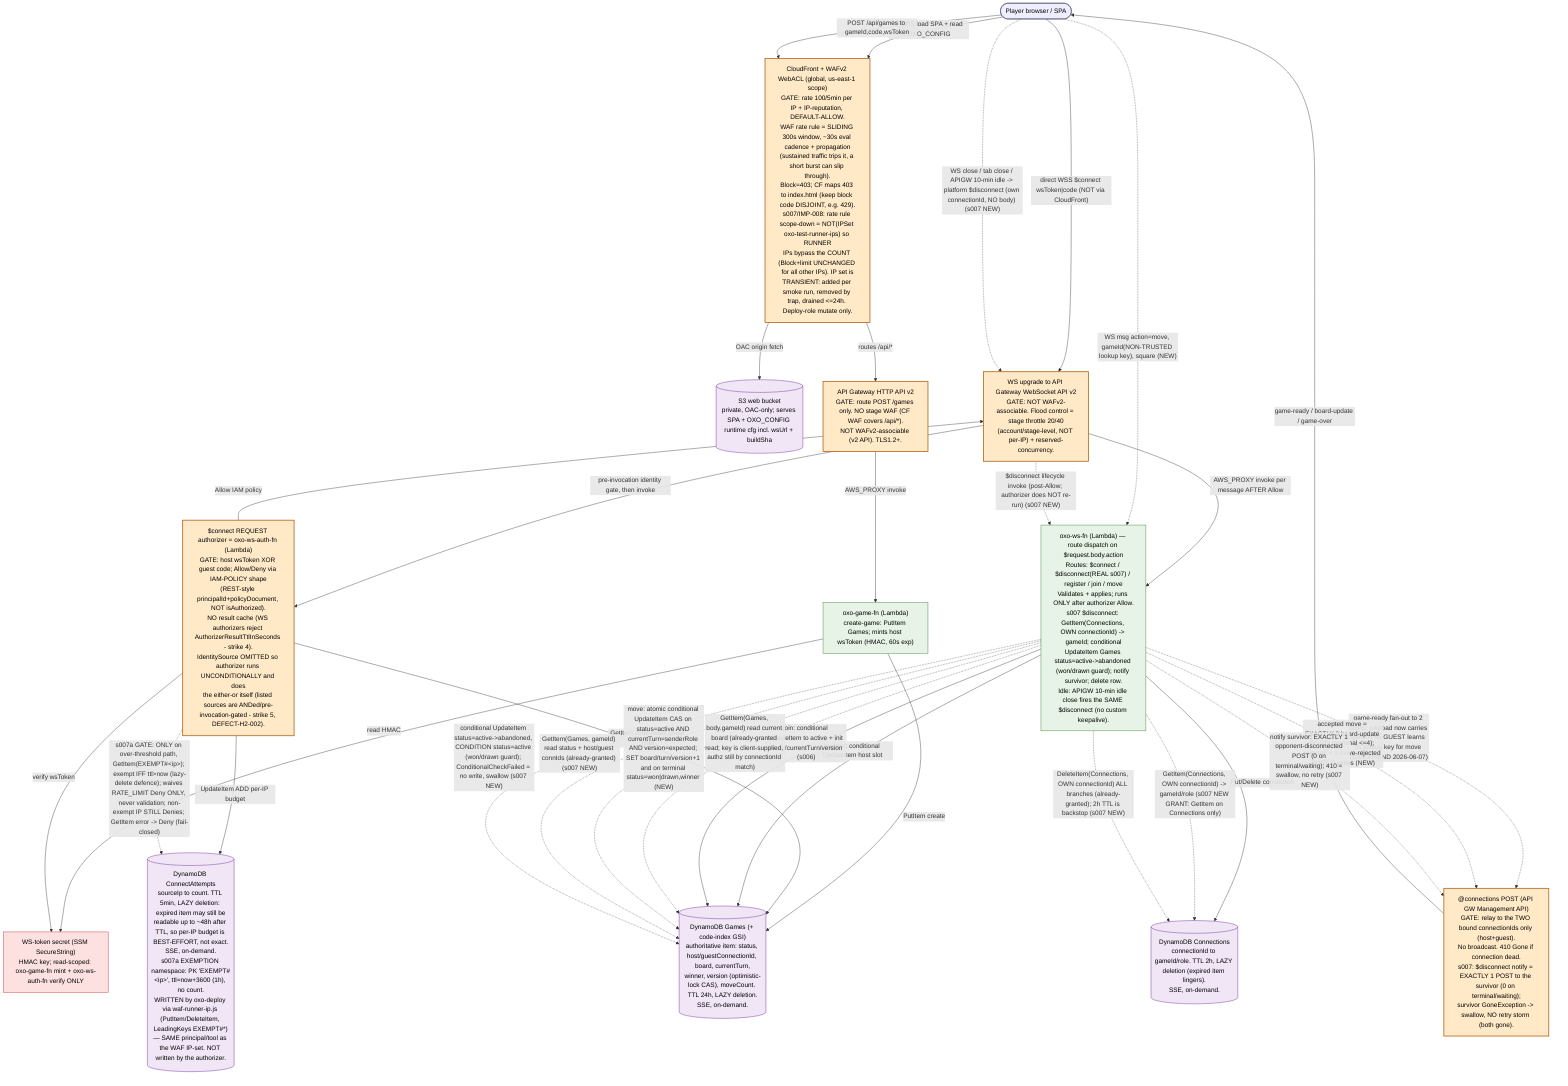
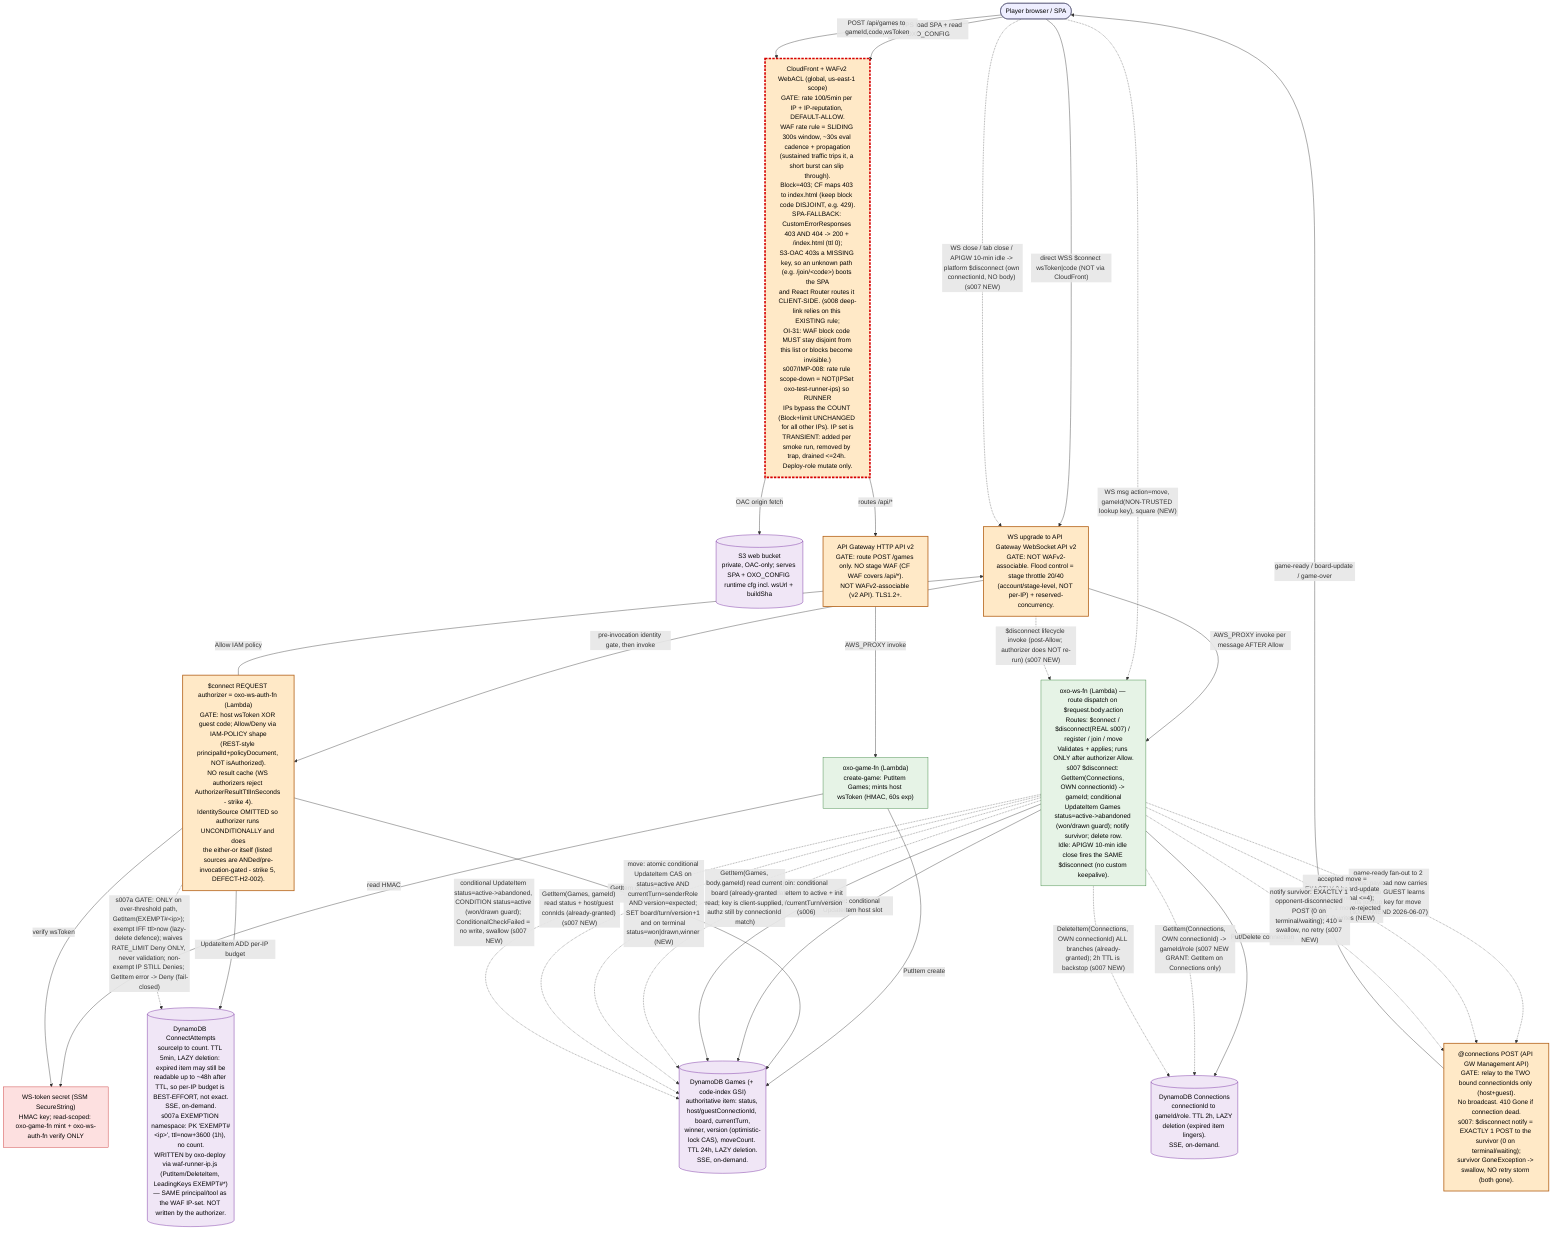
- %% oxo-online runtime data-flow — s007 edition (process §12a)
+ %% oxo-online runtime data-flow — s008 edition (process §12a)
%% Platform GATES are explicit nodes. Non-obvious platform semantics are named ON the node.
- %% This file is the TESTER's planning input. classDef changed marks THIS slice's (s007) delta.
+ %% This file is the TESTER's planning input. classDef changed marks THIS slice's (s008) delta.
%% Granularity: module / gate level (coarse). Built scope only (deferred items are NOT drawn).
%% s007 marks: the $disconnect path becomes REAL (abandon+notify+clean up) and the
%% CloudFront WAF gate gains the oxo-test-runner-ips IP-set scope-down annotation (IMP-008).
+ %% s008 (CLIENT-ONLY / arch-lite): NO new platform-gate node, NO new data flow. The only
+ %% delta is that the EXISTING CloudFront SPA-fallback gate (403/404 -> 200 + /index.html)
+ %% now ALSO serves deep-link path /join/<code> so React Router resolves it client-side.
+ %% Marked `changed` only to make the tester plan the deep-link-boots-SPA prod smoke (T1).
+ %% The deep-link join itself reuses the EXISTING WS $connect?code + join path UNCHANGED.

flowchart TD

  %% ---- Edge / SPA path (HTTPS) ----
  player(["Player browser / SPA"]):::actor
-   cfwaf["CloudFront + WAFv2 WebACL (global, us-east-1 scope)<br/>GATE: rate 100/5min per IP + IP-reputation, DEFAULT-ALLOW.<br/>WAF rate rule = SLIDING 300s window, ~30s eval cadence + propagation<br/>(sustained traffic trips it, a short burst can slip through).<br/>Block=403; CF maps 403 to index.html (keep block code DISJOINT, e.g. 429).<br/>s007/IMP-008: rate rule scope-down = NOT(IPSet oxo-test-runner-ips) so RUNNER<br/>IPs bypass the COUNT (Block+limit UNCHANGED for all other IPs). IP set is<br/>TRANSIENT: added per smoke run, removed by trap, drained <=24h. Deploy-role mutate only."]:::gate
+   cfwaf["CloudFront + WAFv2 WebACL (global, us-east-1 scope)<br/>GATE: rate 100/5min per IP + IP-reputation, DEFAULT-ALLOW.<br/>WAF rate rule = SLIDING 300s window, ~30s eval cadence + propagation<br/>(sustained traffic trips it, a short burst can slip through).<br/>Block=403; CF maps 403 to index.html (keep block code DISJOINT, e.g. 429).<br/>SPA-FALLBACK: CustomErrorResponses 403 AND 404 -> 200 + /index.html (ttl 0);<br/>S3-OAC 403s a MISSING key, so an unknown path (e.g. /join/&lt;code&gt;) boots the SPA<br/>and React Router routes it CLIENT-SIDE. (s008 deep-link relies on this EXISTING rule;<br/>OI-31: WAF block code MUST stay disjoint from this list or blocks become invisible.)<br/>s007/IMP-008: rate rule scope-down = NOT(IPSet oxo-test-runner-ips) so RUNNER<br/>IPs bypass the COUNT (Block+limit UNCHANGED for all other IPs). IP set is<br/>TRANSIENT: added per smoke run, removed by trap, drained <=24h. Deploy-role mutate only."]:::gate
  s3[("S3 web bucket<br/>private, OAC-only; serves SPA + OXO_CONFIG runtime cfg incl. wsUrl + buildSha")]:::store
  httpapi["API Gateway HTTP API v2<br/>GATE: route POST /games only. NO stage WAF (CF WAF covers /api/*).<br/>NOT WAFv2-associable (v2 API). TLS1.2+."]:::gate
  gamefn["oxo-game-fn (Lambda)<br/>create-game: PutItem Games; mints host wsToken (HMAC, 60s exp)"]:::compute
  secret["WS-token secret (SSM SecureString)<br/>HMAC key; read-scoped: oxo-game-fn mint + oxo-ws-auth-fn verify ONLY"]:::secret

  %% ---- WebSocket path (WSS, NOT via CloudFront) ----
  wsupgrade["WS upgrade to API Gateway WebSocket API v2<br/>GATE: NOT WAFv2-associable. Flood control = stage throttle 20/40<br/>(account/stage-level, NOT per-IP) + reserved-concurrency."]:::gate
  wsauth["$connect REQUEST authorizer = oxo-ws-auth-fn (Lambda)<br/>GATE: host wsToken XOR guest code; Allow/Deny via IAM-POLICY shape<br/>(REST-style principalId+policyDocument, NOT isAuthorized).<br/>NO result cache (WS authorizers reject AuthorizerResultTtlInSeconds - strike 4).<br/>IdentitySource OMITTED so authorizer runs UNCONDITIONALLY and does<br/>the either-or itself (listed sources are ANDed/pre-invocation-gated - strike 5, DEFECT-H2-002)."]:::gate
  attempts[("DynamoDB ConnectAttempts<br/>sourceIp to count. TTL 5min, LAZY deletion: expired item may still be<br/>readable up to ~48h after TTL, so per-IP budget is BEST-EFFORT, not exact.<br/>SSE, on-demand.<br/>s007a EXEMPTION namespace: PK 'EXEMPT#&lt;ip&gt;', ttl=now+3600 (1h), no count.<br/>WRITTEN by oxo-deploy via waf-runner-ip.js (PutItem/DeleteItem, LeadingKeys EXEMPT#*)<br/>— SAME principal/tool as the WAF IP-set. NOT written by the authorizer.")]:::store
  wsfn["oxo-ws-fn (Lambda) — route dispatch on $request.body.action<br/>Routes: $connect / $disconnect(REAL s007) / register / join / move<br/>Validates + applies; runs ONLY after authorizer Allow.<br/>s007 $disconnect: GetItem(Connections, OWN connectionId) -> gameId; conditional<br/>UpdateItem Games status=active->abandoned (won/drawn guard); notify survivor; delete row.<br/>Idle: APIGW 10-min idle close fires the SAME $disconnect (no custom keepalive)."]:::compute
  conn[("DynamoDB Connections<br/>connectionId to gameId/role. TTL 2h, LAZY deletion (expired item lingers).<br/>SSE, on-demand.")]:::store
  games[("DynamoDB Games (+ code-index GSI)<br/>authoritative item: status, host/guestConnectionId, board, currentTurn,<br/>winner, version (optimistic-lock CAS), moveCount. TTL 24h, LAZY deletion.<br/>SSE, on-demand.")]:::store
  relay["@connections POST (API GW Management API)<br/>GATE: relay to the TWO bound connectionIds only (host+guest).<br/>No broadcast. 410 Gone if connection dead.<br/>s007: $disconnect notify = EXACTLY 1 POST to the survivor (0 on terminal/waiting);<br/>survivor GoneException -> swallow, NO retry storm (both gone)."]:::gate

  %% ---- Existing edges (built s001..s005-h2) ----
  player -->|"HTTPS load SPA + read OXO_CONFIG"| cfwaf
  cfwaf -->|"OAC origin fetch"| s3
  cfwaf -->|"routes /api/*"| httpapi
  player -->|"POST /api/games to gameId,code,wsToken"| cfwaf
  httpapi -->|"AWS_PROXY invoke"| gamefn
  gamefn -->|"PutItem create"| games
  gamefn -->|"read HMAC"| secret

  player -->|"direct WSS $connect wsToken|code (NOT via CloudFront)"| wsupgrade
  wsupgrade -->|"pre-invocation identity gate, then invoke"| wsauth
  wsauth -->|"verify wsToken"| secret
  wsauth -->|"GetItem code-index guest path"| games
  wsauth -->|"UpdateItem ADD per-IP budget"| attempts
  wsauth -.->|"s007a GATE: ONLY on over-threshold path, GetItem(EXEMPT#&lt;ip&gt;); exempt IFF ttl&gt;now (lazy-delete defence); waives RATE_LIMIT Deny ONLY, never validation; non-exempt IP STILL Denies; GetItem error -> Deny (fail-closed)"| attempts
  wsauth -->|"Allow IAM policy"| wsupgrade
  wsupgrade -->|"AWS_PROXY invoke per message AFTER Allow"| wsfn
  wsfn -->|"register: conditional UpdateItem host slot"| games
  wsfn -->|"join: conditional UpdateItem to active + init board/currentTurn/version (s006)"| games
  wsfn -->|"Put/Delete connection"| conn
  wsfn -.->|"game-ready fan-out to 2 conns; payload now carries gameId so GUEST learns its lookup key for move (s006 AMEND 2026-06-07)"| relay
  relay -->|"game-ready / board-update / game-over"| player

  %% ---- s006 NEW data flow: move relay (CHANGED, dotted) ----
  %% AMEND 2026-06-07: move frame carries gameId as a NON-TRUSTED LOOKUP KEY (selects
  %% the Games item to read; NOT an identity/role claim). Authorization is the
  %% server-side match of the REAL requestContext.connectionId vs stored host/guest
  %% ConnectionId; forged gameId resolves a game the sender is not in -> reject, no
  %% write. This is why NO Connections-read edge is added on the move path (S5 intact).
  %% game-ready fan-out (line 44 / join.ts) must now also carry gameId so the GUEST
  %% (joins by code) can supply the lookup key.
  player -.->|"WS msg action=move, gameId(NON-TRUSTED lookup key), square (NEW)"| wsfn
  wsfn -.->|"GetItem(Games, body.gameId) read current board (already-granted read; key is client-supplied, authz still by connectionId match)"| games
  wsfn -.->|"move: atomic conditional UpdateItem CAS on status=active AND currentTurn=senderRole AND version=expected; SET board/turn/version+1 and on terminal status=won|drawn,winner (NEW)"| games
  wsfn -.->|"accepted move = EXACTLY 2 board-update POSTs (terminal <=4); rejected = 1 move-rejected POST, 0 writes (NEW)"| relay

  %% ---- s007 NEW data flow: $disconnect abandon + notify + clean up (CHANGED, dotted) ----
  %% Platform fires $disconnect with ONLY the disconnecting OWN connectionId (no gameId, no body).
  %% connectionId IS the identity (platform-set, unspoofable) -> NO force-abandon spoof path.
  %% New IAM grant: dynamodb:GetItem on Connections ONLY (read OWN row by PK; no Query/Scan).
  player -.->|"WS close / tab close / APIGW 10-min idle -> platform $disconnect (own connectionId, NO body) (s007 NEW)"| wsupgrade
  wsupgrade -.->|"$disconnect lifecycle invoke (post-Allow; authorizer does NOT re-run) (s007 NEW)"| wsfn
  wsfn -.->|"GetItem(Connections, OWN connectionId) -> gameId/role (s007 NEW GRANT: GetItem on Connections only)"| conn
  wsfn -.->|"GetItem(Games, gameId) read status + host/guest connIds (already-granted) (s007 NEW)"| games
  wsfn -.->|"conditional UpdateItem status=active->abandoned, CONDITION status=active (won/drawn guard); ConditionalCheckFailed = no write, swallow (s007 NEW)"| games
  wsfn -.->|"notify survivor: EXACTLY 1 opponent-disconnected POST (0 on terminal/waiting); 410 = swallow, no retry (s007 NEW)"| relay
  wsfn -.->|"DeleteItem(Connections, OWN connectionId) ALL branches (already-granted); 2h TTL is backstop (s007 NEW)"| conn

  %% ---- classDef ----
  classDef actor fill:#eef,stroke:#446,color:#000;
  classDef gate fill:#ffe9c7,stroke:#b5651d,color:#000,stroke-width:2px;
  classDef compute fill:#e6f3e6,stroke:#2e7d32,color:#000;
  classDef store fill:#f0e6f6,stroke:#6a1b9a,color:#000;
  classDef secret fill:#fde0e0,stroke:#c62828,color:#000;
  classDef changed stroke:#d50000,stroke-width:4px,stroke-dasharray:6 3;

  %% s006 changed marks CLEARED (2026-06-07 — tester consumed, UC6 prod validation PASS)
  %% Previously marked: wsfn (move route), games (move-write semantics).
  %% Dotted edges (move msg, GetItem, CAS write, 2-post relay) are now delivered/stable.

  %% ---- s007 CHANGED marks (tester plans from these) ----
  %% wsfn: $disconnect stub -> real (abandon+notify+clean up); +Connections GetItem grant.
  %% conn: now READ on the $disconnect path (was write-only) — new GetItem edge.
  %% games: gains active->abandoned conditional transition on $disconnect.
  %% relay: gains the 1-post survivor notify (0 on terminal/waiting).
  %% cfwaf: gains the IMP-008 oxo-test-runner-ips IP-set scope-down annotation.
  %% ---- s007a CHANGED marks (DEFECT-S007-001 authorizer runner-exemption) ----
  %% wsauth: gains a post-threshold exemption GetItem (waives RATE_LIMIT Deny ONLY
  %%   for a LIVE EXEMPT#<ip> item, ttl>now; non-exempt IP still Denies; fail-closed).
  %% attempts: gains the EXEMPT#<ip> namespace (1h TTL), written by oxo-deploy via
  %%   waf-runner-ip.js (PutItem/DeleteItem, LeadingKeys EXEMPT#*) — not the authorizer.
  %% s007 changed marks CLEARED (2026-06-07 — tester consumed, UC4 prod validation PASS)
  %% wsfn: $disconnect real (abandon+notify+clean up); conn: GetItem on $disconnect path;
  %% games: active->abandoned transition; relay: 1-post survivor notify;
  %% cfwaf: IMP-008 scope-down; wsauth: runner-exemption check; attempts: EXEMPT# namespace.
  %% class wsfn,conn,games,relay,cfwaf,wsauth,attempts changed; — CLEARED
+ 
+   %% ---- s008 CHANGED marks (CLIENT-ONLY / arch-lite — tester plans from these) ----
+   %% NO new node, NO new edge, NO new platform gate, NO new data flow.
+   %% cfwaf: ONLY mark — the EXISTING SPA-fallback (403/404 -> 200 + /index.html) now also
+   %%   serves the deep-link path /join/<code> so React Router resolves it client-side.
+   %%   Tester plans the deep-link-boots-SPA prod smoke (T1) + SM-5 two-browser e2e from this.
+   %%   The deep-link JOIN reuses the EXISTING WS $connect?code + join path UNCHANGED (no edge change).
+   class cfwaf changed;
